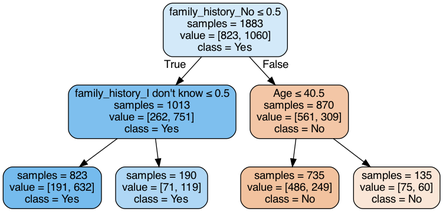
Earlier version of the Graphviz export tree.gv.png (cadej09/CSE-163-Final-Project). Its source is kept beside it as tree.gv.
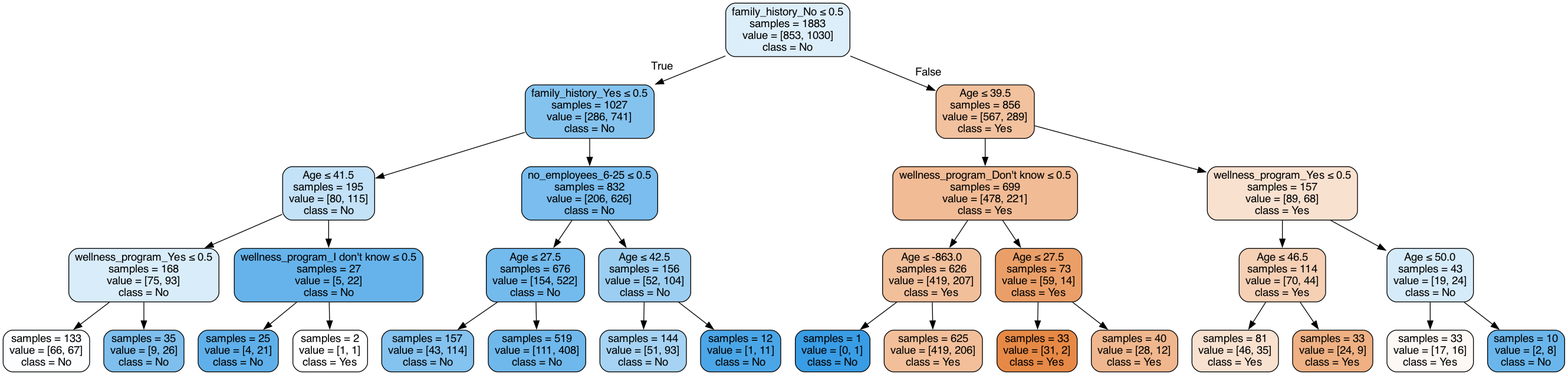
After the commit.

The edit, as a diff of the source:
```diff
@@ -1,17 +1,65 @@
 digraph Tree {
 node [shape=box, style="filled, rounded", color="black", fontname="helvetica"] ;
 edge [fontname="helvetica"] ;
-0 [label=<family_history_No &le; 0.5<br/>samples = 1883<br/>value = [823, 1060]<br/>class = Yes>, fillcolor="#d3e9f9"] ;
-1 [label=<family_history_I don't know &le; 0.5<br/>samples = 1013<br/>value = [262, 751]<br/>class = Yes>, fillcolor="#7ebfee"] ;
+0 [label=<family_history_No &le; 0.5<br/>samples = 1883<br/>value = [853, 1030]<br/>class = No>, fillcolor="#ddeefb"] ;
+1 [label=<family_history_Yes &le; 0.5<br/>samples = 1027<br/>value = [286, 741]<br/>class = No>, fillcolor="#85c3ef"] ;
 0 -> 1 [labeldistance=2.5, labelangle=45, headlabel="True"] ;
-2 [label=<samples = 823<br/>value = [191, 632]<br/>class = Yes>, fillcolor="#75bbed"] ;
+2 [label=<Age &le; 41.5<br/>samples = 195<br/>value = [80, 115]<br/>class = No>, fillcolor="#c3e1f7"] ;
 1 -> 2 ;
-3 [label=<samples = 190<br/>value = [71, 119]<br/>class = Yes>, fillcolor="#afd7f5"] ;
-1 -> 3 ;
-4 [label=<Age &le; 40.5<br/>samples = 870<br/>value = [561, 309]<br/>class = No>, fillcolor="#f3c6a6"] ;
-0 -> 4 [labeldistance=2.5, labelangle=-45, headlabel="False"] ;
-5 [label=<samples = 735<br/>value = [486, 249]<br/>class = No>, fillcolor="#f2c29e"] ;
-4 -> 5 ;
-6 [label=<samples = 135<br/>value = [75, 60]<br/>class = No>, fillcolor="#fae6d7"] ;
-4 -> 6 ;
+3 [label=<wellness_program_Yes &le; 0.5<br/>samples = 168<br/>value = [75, 93]<br/>class = No>, fillcolor="#d9ecfa"] ;
+2 -> 3 ;
+4 [label=<samples = 133<br/>value = [66, 67]<br/>class = No>, fillcolor="#fcfeff"] ;
+3 -> 4 ;
+5 [label=<samples = 35<br/>value = [9, 26]<br/>class = No>, fillcolor="#7ebfee"] ;
+3 -> 5 ;
+6 [label=<wellness_program_I don't know &le; 0.5<br/>samples = 27<br/>value = [5, 22]<br/>class = No>, fillcolor="#66b3eb"] ;
+2 -> 6 ;
+7 [label=<samples = 25<br/>value = [4, 21]<br/>class = No>, fillcolor="#5fb0ea"] ;
+6 -> 7 ;
+8 [label=<samples = 2<br/>value = [1, 1]<br/>class = Yes>, fillcolor="#ffffff"] ;
+6 -> 8 ;
+9 [label=<no_employees_6-25 &le; 0.5<br/>samples = 832<br/>value = [206, 626]<br/>class = No>, fillcolor="#7abdee"] ;
+1 -> 9 ;
+10 [label=<Age &le; 27.5<br/>samples = 676<br/>value = [154, 522]<br/>class = No>, fillcolor="#73baed"] ;
+9 -> 10 ;
+11 [label=<samples = 157<br/>value = [43, 114]<br/>class = No>, fillcolor="#84c2ef"] ;
+10 -> 11 ;
+12 [label=<samples = 519<br/>value = [111, 408]<br/>class = No>, fillcolor="#6fb8ec"] ;
+10 -> 12 ;
+13 [label=<Age &le; 42.5<br/>samples = 156<br/>value = [52, 104]<br/>class = No>, fillcolor="#9ccef2"] ;
+9 -> 13 ;
+14 [label=<samples = 144<br/>value = [51, 93]<br/>class = No>, fillcolor="#a6d3f3"] ;
+13 -> 14 ;
+15 [label=<samples = 12<br/>value = [1, 11]<br/>class = No>, fillcolor="#4ba6e7"] ;
+13 -> 15 ;
+16 [label=<Age &le; 39.5<br/>samples = 856<br/>value = [567, 289]<br/>class = Yes>, fillcolor="#f2c19e"] ;
+0 -> 16 [labeldistance=2.5, labelangle=-45, headlabel="False"] ;
+17 [label=<wellness_program_Don't know &le; 0.5<br/>samples = 699<br/>value = [478, 221]<br/>class = Yes>, fillcolor="#f1bb95"] ;
+16 -> 17 ;
+18 [label=<Age &le; -863.0<br/>samples = 626<br/>value = [419, 207]<br/>class = Yes>, fillcolor="#f2bf9b"] ;
+17 -> 18 ;
+19 [label=<samples = 1<br/>value = [0, 1]<br/>class = No>, fillcolor="#399de5"] ;
+18 -> 19 ;
+20 [label=<samples = 625<br/>value = [419, 206]<br/>class = Yes>, fillcolor="#f2bf9a"] ;
+18 -> 20 ;
+21 [label=<Age &le; 27.5<br/>samples = 73<br/>value = [59, 14]<br/>class = Yes>, fillcolor="#eb9f68"] ;
+17 -> 21 ;
+22 [label=<samples = 33<br/>value = [31, 2]<br/>class = Yes>, fillcolor="#e78946"] ;
+21 -> 22 ;
+23 [label=<samples = 40<br/>value = [28, 12]<br/>class = Yes>, fillcolor="#f0b78e"] ;
+21 -> 23 ;
+24 [label=<wellness_program_Yes &le; 0.5<br/>samples = 157<br/>value = [89, 68]<br/>class = Yes>, fillcolor="#f9e1d0"] ;
+16 -> 24 ;
+25 [label=<Age &le; 46.5<br/>samples = 114<br/>value = [70, 44]<br/>class = Yes>, fillcolor="#f5d0b5"] ;
+24 -> 25 ;
+26 [label=<samples = 81<br/>value = [46, 35]<br/>class = Yes>, fillcolor="#f9e1d0"] ;
+25 -> 26 ;
+27 [label=<samples = 33<br/>value = [24, 9]<br/>class = Yes>, fillcolor="#efb083"] ;
+25 -> 27 ;
+28 [label=<Age &le; 50.0<br/>samples = 43<br/>value = [19, 24]<br/>class = No>, fillcolor="#d6ebfa"] ;
+24 -> 28 ;
+29 [label=<samples = 33<br/>value = [17, 16]<br/>class = Yes>, fillcolor="#fdf8f3"] ;
+28 -> 29 ;
+30 [label=<samples = 10<br/>value = [2, 8]<br/>class = No>, fillcolor="#6ab6ec"] ;
+28 -> 30 ;
 }
```
